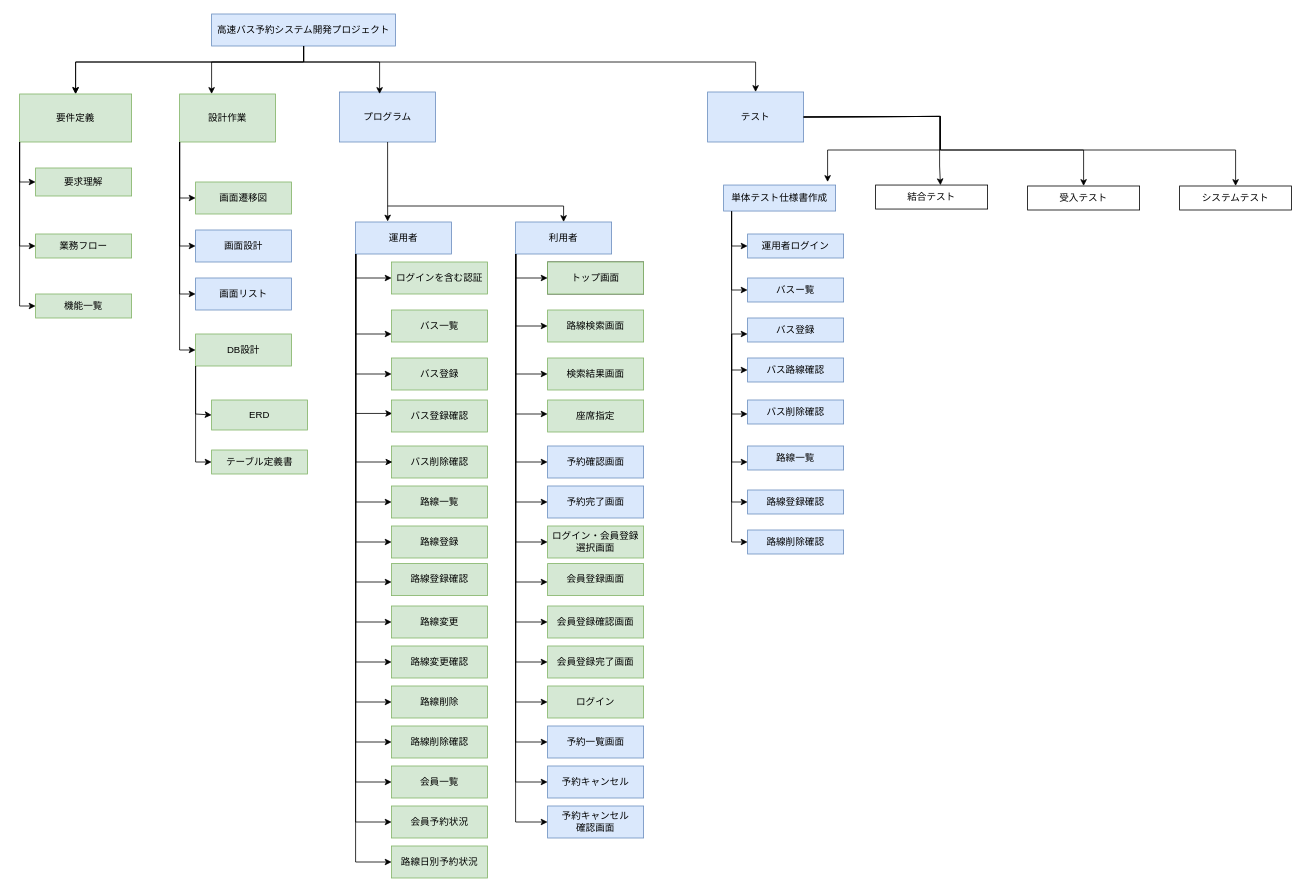
This is root/common/doc/WBS/WBS.drawio from thatislg/busBookingComplete, a draw.io file, before an edit. Source tidied: cells renumbered, new cells numbered last; positions are measured from the earlier drawing's top-left corner, leaving out a move shared by most shapes. Both pictures are drawn from the tidied source at 80%, with x=0, y=0 at pixel (19, 14).
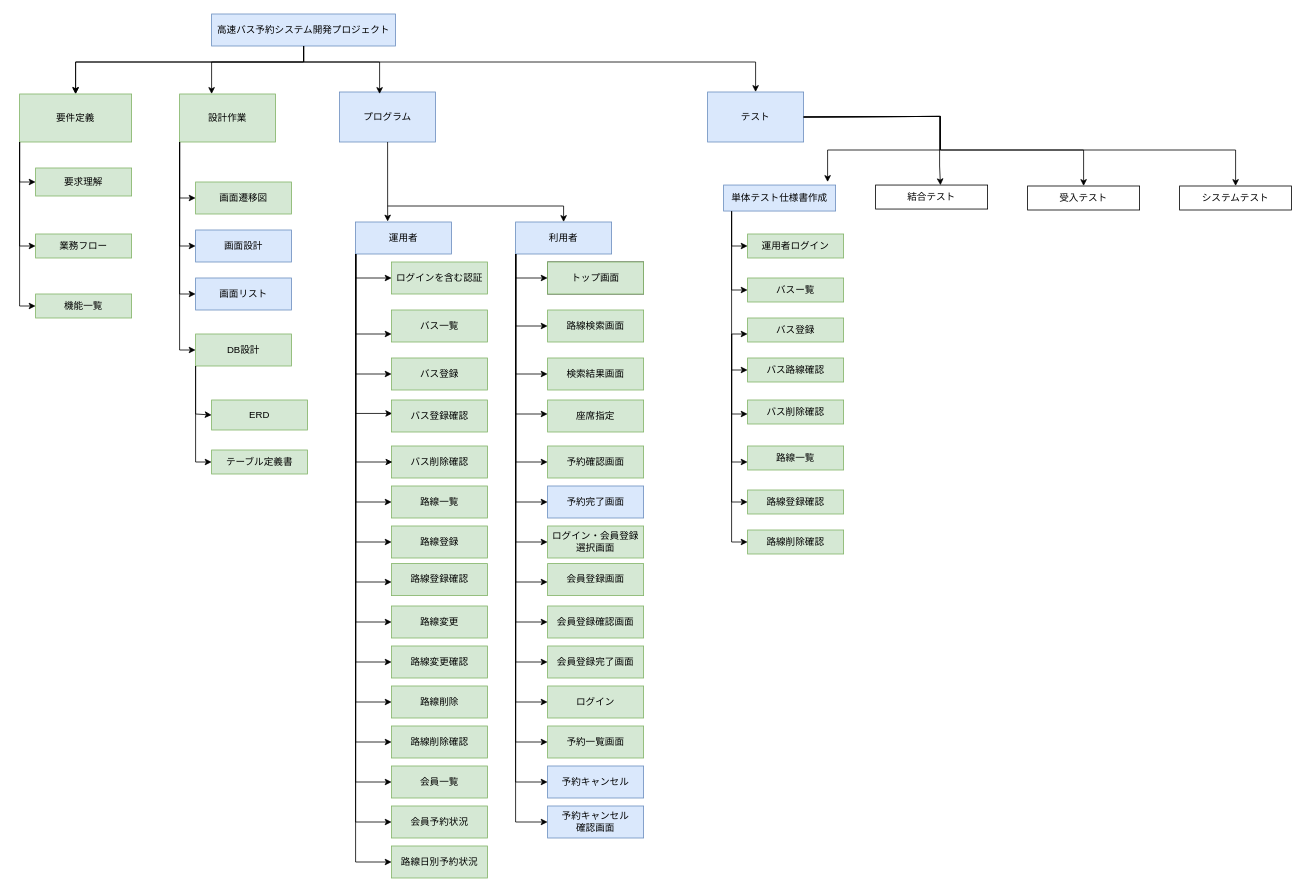
After the change.

Change to the diagram source:
```diff
@@
-    <mxCell id="67" value="予約確認画面" style="rounded=0;whiteSpace=wrap;html=1;fillColor=#dae8fc;strokeColor=#6c8ebf;" parent="1" vertex="1">
+    <mxCell id="67" value="予約確認画面" style="rounded=0;whiteSpace=wrap;html=1;fillColor=#d5e8d4;strokeColor=#82b366;" parent="1" vertex="1">
       <mxGeometry x="660" y="540" width="120" height="40" as="geometry" />
     </mxCell>
@@
-    <mxCell id="74" value="予約一覧画面" style="rounded=0;whiteSpace=wrap;html=1;fillColor=#dae8fc;strokeColor=#6c8ebf;" parent="1" vertex="1">
+    <mxCell id="74" value="予約一覧画面" style="rounded=0;whiteSpace=wrap;html=1;fillColor=#d5e8d4;strokeColor=#82b366;" parent="1" vertex="1">
       <mxGeometry x="660" y="890" width="120" height="40" as="geometry" />
     </mxCell>
@@
-    <mxCell id="100" value="運用者ログイン" style="whiteSpace=wrap;html=1;fillColor=#dae8fc;strokeColor=#6c8ebf;rounded=0;" parent="1" vertex="1">
+    <mxCell id="100" value="運用者ログイン" style="whiteSpace=wrap;html=1;fillColor=#d5e8d4;strokeColor=#82b366;rounded=0;" parent="1" vertex="1">
       <mxGeometry x="910" y="275" width="120" height="30" as="geometry" />
     </mxCell>
-    <mxCell id="101" value="バスー覧" style="whiteSpace=wrap;html=1;fillColor=#dae8fc;strokeColor=#6c8ebf;rounded=0;" parent="1" vertex="1">
+    <mxCell id="101" value="バスー覧" style="whiteSpace=wrap;html=1;fillColor=#d5e8d4;strokeColor=#82b366;rounded=0;" parent="1" vertex="1">
       <mxGeometry x="910" y="330" width="120" height="30" as="geometry" />
     </mxCell>
@@
-    <mxCell id="103" value="バス登録" style="whiteSpace=wrap;html=1;fillColor=#dae8fc;strokeColor=#6c8ebf;rounded=0;" parent="1" vertex="1">
+    <mxCell id="103" value="バス登録" style="whiteSpace=wrap;html=1;fillColor=#d5e8d4;strokeColor=#82b366;rounded=0;" parent="1" vertex="1">
       <mxGeometry x="910" y="380" width="120" height="30" as="geometry" />
     </mxCell>
-    <mxCell id="104" value="バス路線確認" style="whiteSpace=wrap;html=1;fillColor=#dae8fc;strokeColor=#6c8ebf;rounded=0;" parent="1" vertex="1">
+    <mxCell id="104" value="バス路線確認" style="whiteSpace=wrap;html=1;fillColor=#d5e8d4;strokeColor=#82b366;rounded=0;" parent="1" vertex="1">
       <mxGeometry x="910" y="430" width="120" height="30" as="geometry" />
     </mxCell>
-    <mxCell id="105" value="バス削除確認" style="whiteSpace=wrap;html=1;fillColor=#dae8fc;strokeColor=#6c8ebf;rounded=0;" parent="1" vertex="1">
+    <mxCell id="105" value="バス削除確認" style="whiteSpace=wrap;html=1;fillColor=#d5e8d4;strokeColor=#82b366;rounded=0;" parent="1" vertex="1">
       <mxGeometry x="910" y="482.5" width="120" height="30" as="geometry" />
     </mxCell>
-    <mxCell id="106" value="路線一覧" style="whiteSpace=wrap;html=1;fillColor=#dae8fc;strokeColor=#6c8ebf;rounded=0;" parent="1" vertex="1">
+    <mxCell id="106" value="路線一覧" style="whiteSpace=wrap;html=1;fillColor=#d5e8d4;strokeColor=#82b366;rounded=0;" parent="1" vertex="1">
       <mxGeometry x="910" y="540" width="120" height="30" as="geometry" />
     </mxCell>
-    <mxCell id="107" value="路線登録確認" style="whiteSpace=wrap;html=1;fillColor=#dae8fc;strokeColor=#6c8ebf;rounded=0;" parent="1" vertex="1">
+    <mxCell id="107" value="路線登録確認" style="whiteSpace=wrap;html=1;fillColor=#d5e8d4;strokeColor=#82b366;rounded=0;" parent="1" vertex="1">
       <mxGeometry x="910" y="595" width="120" height="30" as="geometry" />
     </mxCell>
-    <mxCell id="108" value="路線削除確認" style="whiteSpace=wrap;html=1;fillColor=#dae8fc;strokeColor=#6c8ebf;rounded=0;" parent="1" vertex="1">
+    <mxCell id="108" value="路線削除確認" style="whiteSpace=wrap;html=1;fillColor=#d5e8d4;strokeColor=#82b366;rounded=0;" parent="1" vertex="1">
       <mxGeometry x="910" y="645" width="120" height="30" as="geometry" />
     </mxCell>
```
